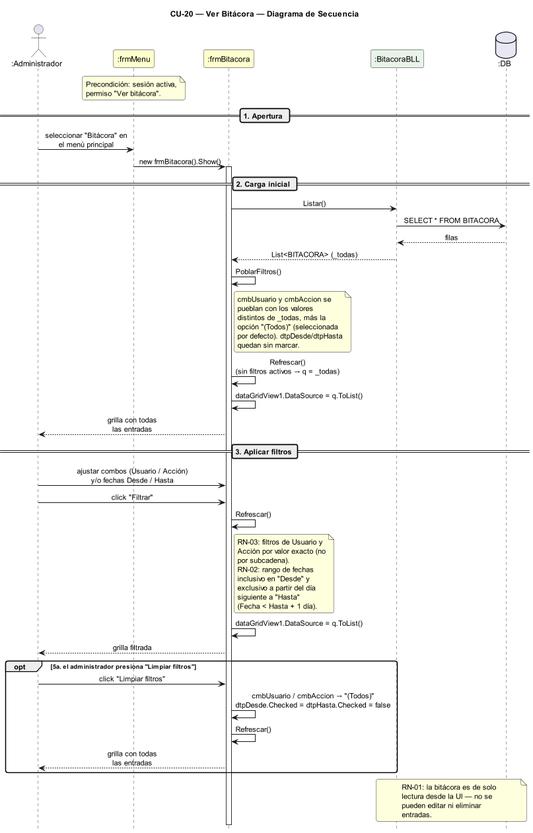
This is DIAGRAMAS/DiagramaSecuencia_CU20_VerBitacora.png from Urrels/ingenieria_software, a PlantUML export, as it was before one commit. Source of this version:
```plantuml
@startuml DiagramaSecuencia_CU20_VerBitacora

title CU-20 — Ver Bitácora — Diagrama de Secuencia

skinparam shadowing false
skinparam roundcorner 6
skinparam sequenceArrowThickness 1.2
skinparam ParticipantPadding 14
skinparam sequenceMessageAlign center
hide footbox
scale 0.85

actor       ":Administrador" as A
participant ":frmMenu"       as FM #FEFECE
participant ":frmBitacora"   as FB #FEFECE
participant ":BitacoraBLL"   as BB #E8F4E8
database    ":DB"            as DB #E8E8F4

note over FM
  Precondición: sesión activa,
  permiso "Ver bitácora".
end note

== 1. Apertura ==

A -> FM : seleccionar "Bitácora" en\nel menú principal
FM -> FB : new frmBitacora().Show()
activate FB

== 2. Carga inicial ==

FB -> BB : Listar()
BB -> DB : SELECT * FROM BITACORA
DB --> BB : filas
BB --> FB : List<BITACORA> (_todas)

FB -> FB : PoblarFiltros()
note right of FB
  cmbUsuario y cmbAccion se
  pueblan con los valores
  distintos de _todas, más la
  opción "(Todos)" (seleccionada
  por defecto). dtpDesde/dtpHasta
  quedan sin marcar.
end note

FB -> FB : Refrescar()\n(sin filtros activos → q = _todas)
FB -> FB : dataGridView1.DataSource = q.ToList()
FB --> A : grilla con todas\nlas entradas

== 3. Aplicar filtros ==

A -> FB : ajustar combos (Usuario / Acción)\ny/o fechas Desde / Hasta
A -> FB : click "Filtrar"

FB -> FB : Refrescar()
note right of FB
  RN-03: filtros de Usuario y
  Acción por valor exacto (no
  por subcadena).
  RN-02: rango de fechas
  inclusivo en "Desde" y
  exclusivo a partir del día
  siguiente a "Hasta"
  (Fecha < Hasta + 1 día).
end note
FB -> FB : dataGridView1.DataSource = q.ToList()
FB --> A : grilla filtrada

opt 5a. el administrador presiona "Limpiar filtros"
  A -> FB : click "Limpiar filtros"
  FB -> FB : cmbUsuario / cmbAccion → "(Todos)"\ndtpDesde.Checked = dtpHasta.Checked = false
  FB -> FB : Refrescar()
  FB --> A : grilla con todas\nlas entradas
end

note over BB, DB
  RN-01: la bitácora es de solo
  lectura desde la UI — no se
  pueden editar ni eliminar
  entradas.
end note

@enduml
```
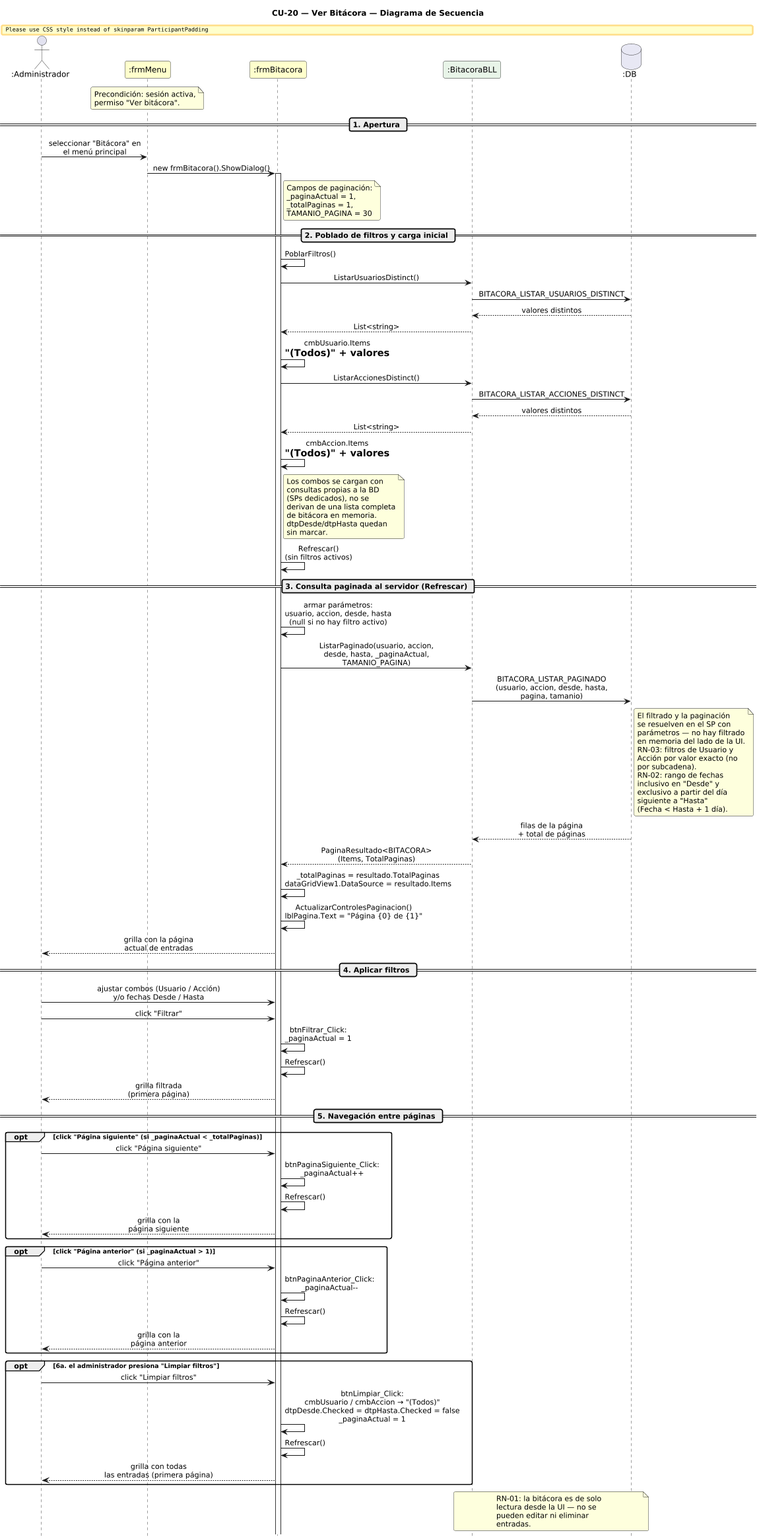
Later version of the same file.

Commit message:
docs: corrige diagramas CU07/CU08/CU09/CU19/CU20 (paginado real, fallback traducciones, refresco de sesión)

Diff of the diagram source:
```diff
@@ -24,37 +24,52 @@
 == 1. Apertura ==
 
 A -> FM : seleccionar "Bitácora" en\nel menú principal
-FM -> FB : new frmBitacora().Show()
+FM -> FB : new frmBitacora().ShowDialog()
 activate FB
 
-== 2. Carga inicial ==
+note right of FB
+  Campos de paginación:
+  _paginaActual = 1,
+  _totalPaginas = 1,
+  TAMANIO_PAGINA = 30
+end note
 
-FB -> BB : Listar()
-BB -> DB : SELECT * FROM BITACORA
-DB --> BB : filas
-BB --> FB : List<BITACORA> (_todas)
+== 2. Poblado de filtros y carga inicial ==
 
 FB -> FB : PoblarFiltros()
+FB -> BB : ListarUsuariosDistinct()
+BB -> DB : BITACORA_LISTAR_USUARIOS_DISTINCT
+DB --> BB : valores distintos
+BB --> FB : List<string>
+FB -> FB : cmbUsuario.Items\n= "(Todos)" + valores
+
+FB -> BB : ListarAccionesDistinct()
+BB -> DB : BITACORA_LISTAR_ACCIONES_DISTINCT
+DB --> BB : valores distintos
+BB --> FB : List<string>
+FB -> FB : cmbAccion.Items\n= "(Todos)" + valores
 note right of FB
-  cmbUsuario y cmbAccion se
-  pueblan con los valores
-  distintos de _todas, más la
-  opción "(Todos)" (seleccionada
-  por defecto). dtpDesde/dtpHasta
-  quedan sin marcar.
+  Los combos se cargan con
+  consultas propias a la BD
+  (SPs dedicados), no se
+  derivan de una lista completa
+  de bitácora en memoria.
+  dtpDesde/dtpHasta quedan
+  sin marcar.
 end note
 
-FB -> FB : Refrescar()\n(sin filtros activos → q = _todas)
-FB -> FB : dataGridView1.DataSource = q.ToList()
-FB --> A : grilla con todas\nlas entradas
+FB -> FB : Refrescar()\n(sin filtros activos)
 
-== 3. Aplicar filtros ==
+== 3. Consulta paginada al servidor (Refrescar) ==
 
-A -> FB : ajustar combos (Usuario / Acción)\ny/o fechas Desde / Hasta
-A -> FB : click "Filtrar"
-
-FB -> FB : Refrescar()
-note right of FB
+FB -> FB : armar parámetros:\nusuario, accion, desde, hasta\n(null si no hay filtro activo)
+FB -> BB : ListarPaginado(usuario, accion,\ndesde, hasta, _paginaActual,\nTAMANIO_PAGINA)
+BB -> DB : BITACORA_LISTAR_PAGINADO\n(usuario, accion, desde, hasta,\npagina, tamanio)
+note right of DB
+  El filtrado y la paginación
+  se resuelven en el SP con
+  parámetros — no hay filtrado
+  en memoria del lado de la UI.
   RN-03: filtros de Usuario y
   Acción por valor exacto (no
   por subcadena).
@@ -64,14 +79,43 @@
   siguiente a "Hasta"
   (Fecha < Hasta + 1 día).
 end note
-FB -> FB : dataGridView1.DataSource = q.ToList()
-FB --> A : grilla filtrada
+DB --> BB : filas de la página\n+ total de páginas
+BB --> FB : PaginaResultado<BITACORA>\n(Items, TotalPaginas)
 
-opt 5a. el administrador presiona "Limpiar filtros"
+FB -> FB : _totalPaginas = resultado.TotalPaginas\ndataGridView1.DataSource = resultado.Items
+FB -> FB : ActualizarControlesPaginacion()\nlblPagina.Text = "Página {0} de {1}"
+FB --> A : grilla con la página\nactual de entradas
+
+== 4. Aplicar filtros ==
+
+A -> FB : ajustar combos (Usuario / Acción)\ny/o fechas Desde / Hasta
+A -> FB : click "Filtrar"
+
+FB -> FB : btnFiltrar_Click:\n_paginaActual = 1
+FB -> FB : Refrescar()
+FB --> A : grilla filtrada\n(primera página)
+
+== 5. Navegación entre páginas ==
+
+opt click "Página siguiente" (si _paginaActual < _totalPaginas)
+  A -> FB : click "Página siguiente"
+  FB -> FB : btnPaginaSiguiente_Click:\n_paginaActual++
+  FB -> FB : Refrescar()
+  FB --> A : grilla con la\npágina siguiente
+end
+
+opt click "Página anterior" (si _paginaActual > 1)
+  A -> FB : click "Página anterior"
+  FB -> FB : btnPaginaAnterior_Click:\n_paginaActual--
+  FB -> FB : Refrescar()
+  FB --> A : grilla con la\npágina anterior
+end
+
+opt 6a. el administrador presiona "Limpiar filtros"
   A -> FB : click "Limpiar filtros"
-  FB -> FB : cmbUsuario / cmbAccion → "(Todos)"\ndtpDesde.Checked = dtpHasta.Checked = false
+  FB -> FB : btnLimpiar_Click:\ncmbUsuario / cmbAccion → "(Todos)"\ndtpDesde.Checked = dtpHasta.Checked = false\n_paginaActual = 1
   FB -> FB : Refrescar()
-  FB --> A : grilla con todas\nlas entradas
+  FB --> A : grilla con todas\nlas entradas (primera página)
 end
 
 note over BB, DB
```
